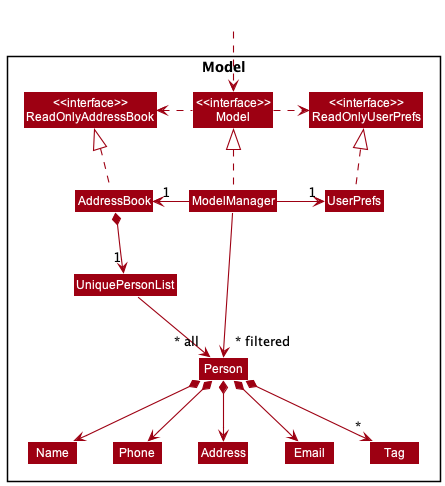
Earlier version of the PlantUML export docs/images/ModelClassDiagram.png (nus-cs2103-AY2223S1/tp).
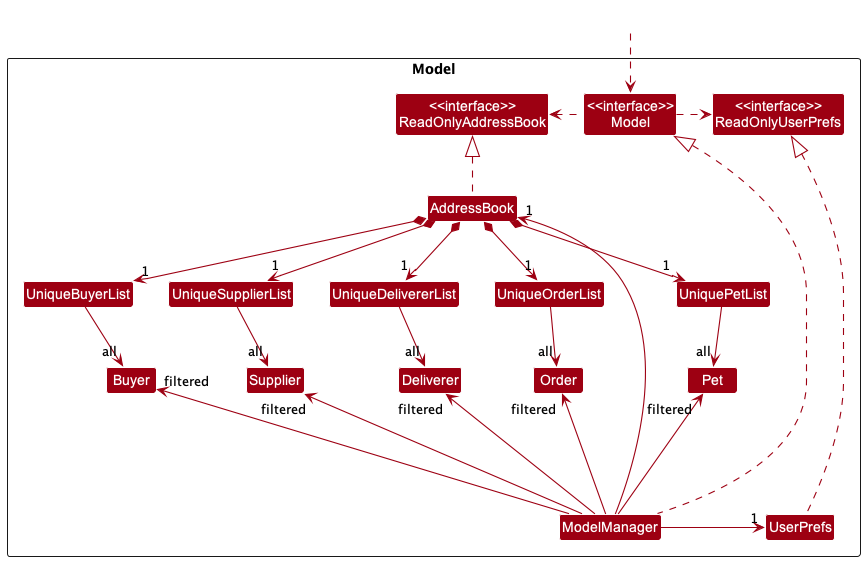
The same file after the commit.

Commit message:
Edit Model Component section of DG

The edit, as a diff of the source:
```diff
@@ -12,14 +12,17 @@
 Class ModelManager
 Class UserPrefs
 
-Class UniquePersonList
-Class Person
-Class Address
-Class Email
-Class Name
-Class Phone
-Class Tag
+Class UniqueBuyerList
+Class UniqueDelivererList
+Class UniqueSupplierList
+Class UniqueOrderList
+Class UniquePetList
 
+Class Buyer
+Class Deliverer
+Class Supplier
+Class Order
+Class Pet
 }
 
 Class HiddenOutside #FFFFFF
@@ -27,24 +30,34 @@
 
 AddressBook .up.|> ReadOnlyAddressBook
 
-ModelManager .up.|> Model
+ModelManager .up.....|> Model
 Model .right.> ReadOnlyUserPrefs
 Model .left.> ReadOnlyAddressBook
-ModelManager -left-> "1" AddressBook
+ModelManager -up-> "1" AddressBook
 ModelManager -right-> "1" UserPrefs
-UserPrefs .up.|> ReadOnlyUserPrefs
+UserPrefs .up.....|> ReadOnlyUserPrefs
 
-AddressBook *--> "1" UniquePersonList
-UniquePersonList --> "~* all" Person
-Person *--> Name
-Person *--> Phone
-Person *--> Email
-Person *--> Address
-Person *--> "*" Tag
+AddressBook *--> "1" UniqueBuyerList
+AddressBook *--> "1" UniqueDelivererList
+AddressBook *--> "1" UniqueSupplierList
+AddressBook *--> "1" UniqueOrderList
+AddressBook *--> "1" UniquePetList
 
-Name -[hidden]right-> Phone
-Phone -[hidden]right-> Address
-Address -[hidden]right-> Email
+UniqueBuyerList-down->"all" Buyer
+UniqueDelivererList-down->"all" Deliverer
+UniqueSupplierList-down->"all" Supplier
+UniqueOrderList-down->"all" Order
+UniquePetList-down->"all" Pet
 
-ModelManager -->"~* filtered" Person
+ModelManager-up-->"filtered" Buyer
+ModelManager-up-->"filtered" Deliverer
+ModelManager-up-->"filtered" Supplier
+ModelManager-up-->"filtered" Order
+ModelManager-up-->"filtered" Pet
+
+UniqueBuyerList -right[hidden]- UniqueSupplierList
+UniqueSupplierList -right[hidden]- UniqueDelivererList
+UniqueDelivererList -right[hidden]- UniqueOrderList
+UniqueOrderList -right[hidden]- UniquePetList
+
 @enduml
```
